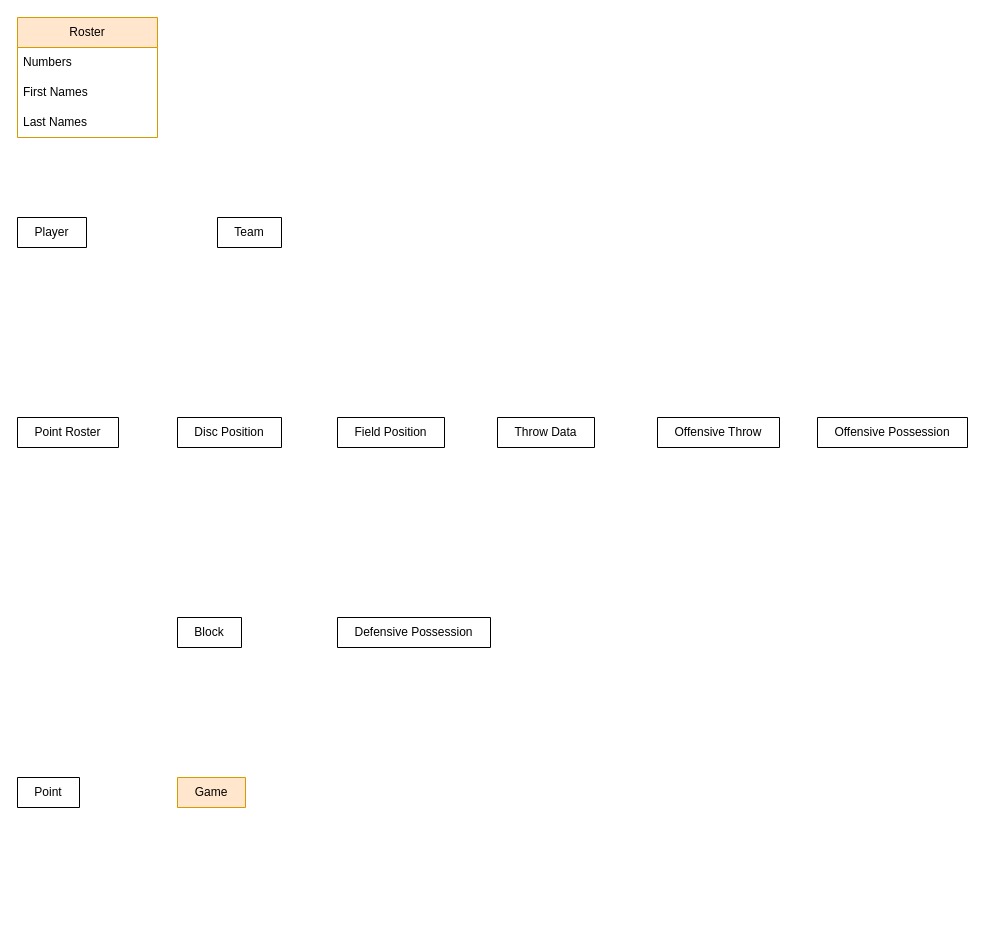
Earlier version of the draw.io diagram page "Page-2" (2 of 2) of Kolbe_Ideas.drawio (kolbe-bauer/TUFF-Analytics-24). Source tidied: cells renumbered, new cells numbered last; positions are measured from the earlier drawing's top-left corner, leaving out a move shared by most shapes. Both pictures are drawn from the tidied source at 100%, with x=0, y=0 at pixel (17, 17).
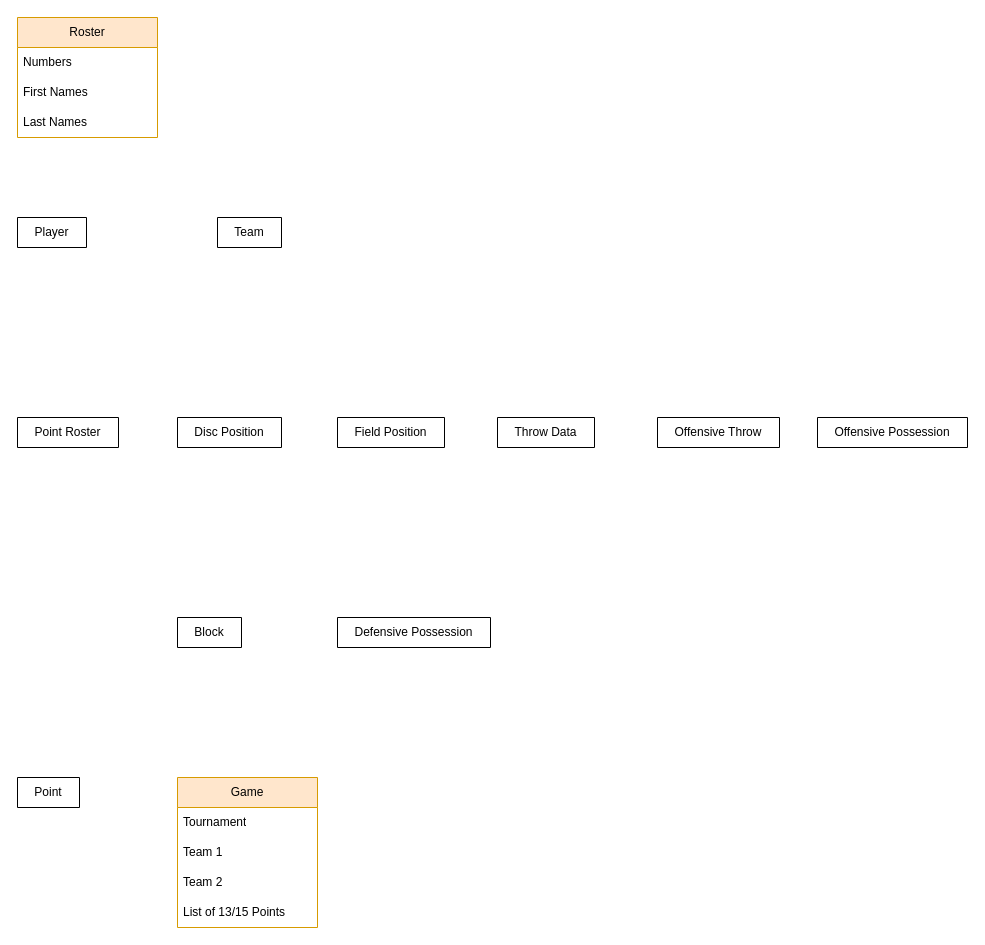
The same page after the edit.

Change to the diagram source:
```diff
@@
-    <mxCell id="17" value="Game" style="swimlane;fontStyle=0;horizontal=1;startSize=30;whiteSpace=wrap;html=1;fillColor=#ffe6cc;strokeColor=#d79b00;" parent="1" vertex="1" collapsed="1">
-      <mxGeometry x="160" y="760" width="68" height="30" as="geometry" />
+    <mxCell id="17" value="Game" style="swimlane;fontStyle=0;horizontal=1;startSize=30;whiteSpace=wrap;html=1;fillColor=#ffe6cc;strokeColor=#d79b00;" parent="1" vertex="1">
+      <mxGeometry x="160" y="760" width="140" height="150" as="geometry" />
     </mxCell>
+    <mxCell id="18" value="Tournament" style="text;strokeColor=none;fillColor=none;align=left;verticalAlign=middle;spacingLeft=4;spacingRight=4;overflow=hidden;whiteSpace=wrap;html=1;" parent="17" vertex="1">
+      <mxGeometry y="30" width="140" height="30" as="geometry" />
+    </mxCell>
+    <mxCell id="19" value="Team 1" style="text;strokeColor=none;fillColor=none;align=left;verticalAlign=middle;spacingLeft=4;spacingRight=4;overflow=hidden;whiteSpace=wrap;html=1;" parent="17" vertex="1">
+      <mxGeometry y="60" width="140" height="30" as="geometry" />
+    </mxCell>
+    <mxCell id="20" value="Team 2" style="text;strokeColor=none;fillColor=none;align=left;verticalAlign=middle;spacingLeft=4;spacingRight=4;overflow=hidden;whiteSpace=wrap;html=1;" parent="17" vertex="1">
+      <mxGeometry y="90" width="140" height="30" as="geometry" />
+    </mxCell>
+    <mxCell id="21" value="List of 13/15 Points" style="text;strokeColor=none;fillColor=none;align=left;verticalAlign=middle;spacingLeft=4;spacingRight=4;overflow=hidden;whiteSpace=wrap;html=1;" parent="17" vertex="1">
+      <mxGeometry y="120" width="140" height="30" as="geometry" />
+    </mxCell>
```
